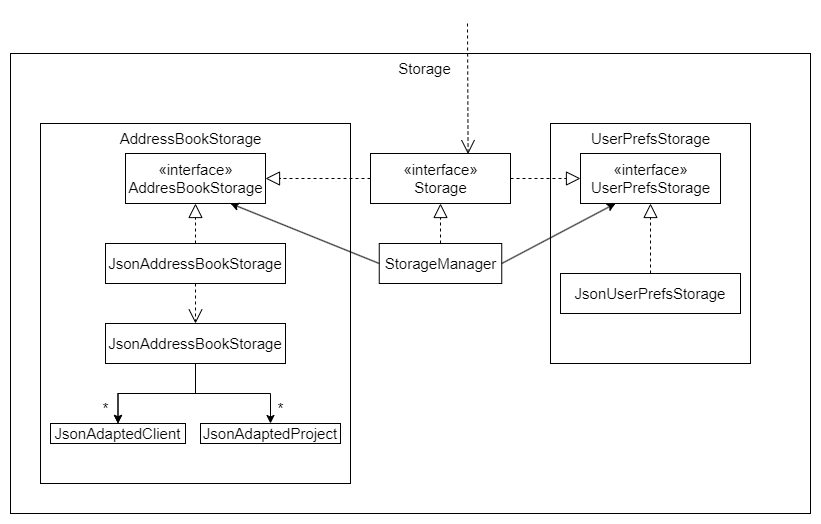
nus-cs2103-AY2223S2/tp keeps this draw.io diagram as docs/images/storage/StorageClassDiagram.png. Above is the earlier version. Source tidied: cells renumbered, new cells last; positions are measured from the earlier drawing's top-left corner, leaving out a move shared by most shapes. Its diagram source:
```xml
<mxGraphModel background="#ffffff">
  <root>
    <mxCell id="0" />
    <mxCell id="1" parent="0" />
    <mxCell id="2" style="rounded=0;whiteSpace=wrap;html=1;fillColor=none;" parent="1" vertex="1">
      <mxGeometry y="30" width="800" height="460" as="geometry" />
    </mxCell>
    <mxCell id="3" style="rounded=0;whiteSpace=wrap;html=1;fillColor=none;" parent="1" vertex="1">
      <mxGeometry x="30" y="100" width="310" height="360" as="geometry" />
    </mxCell>
    <mxCell id="4" style="rounded=0;whiteSpace=wrap;html=1;fillColor=none;" parent="1" vertex="1">
      <mxGeometry x="540" y="100" width="200" height="240" as="geometry" />
    </mxCell>
    <mxCell id="5" value="&lt;font style=&quot;font-size: 15px;&quot;&gt;Storage&lt;/font&gt;" style="text;html=1;align=center;verticalAlign=middle;strokeColor=none;fillColor=none;" parent="1" vertex="1">
      <mxGeometry x="374" y="30" width="80" height="30" as="geometry" />
    </mxCell>
    <mxCell id="6" value="AddressBookStorage" style="text;html=1;align=center;verticalAlign=middle;strokeColor=none;fillColor=none;fontSize=15;" parent="1" vertex="1">
      <mxGeometry x="95" y="100" width="170" height="30" as="geometry" />
    </mxCell>
    <mxCell id="7" value="UserPrefsStorage" style="text;html=1;align=center;verticalAlign=middle;strokeColor=none;fillColor=none;fontSize=15;" parent="1" vertex="1">
      <mxGeometry x="570" y="100" width="140" height="30" as="geometry" />
    </mxCell>
    <mxCell id="8" value="«interface»&lt;br&gt;AddresBookStorage" style="html=1;fontSize=15;fillColor=none;" parent="1" vertex="1">
      <mxGeometry x="115" y="130" width="140" height="50" as="geometry" />
    </mxCell>
    <mxCell id="9" style="endArrow=open;endSize=12;dashed=1;html=1;rounded=0;fontSize=15;entryX=0.697;entryY=0.012;entryDx=0;entryDy=0;entryPerimeter=0;" parent="1" edge="1" target="10">
      <mxGeometry x="-0.38" y="40" relative="1" as="geometry">
        <mxPoint x="457" as="sourcePoint" />
      </mxGeometry>
    </mxCell>
    <mxCell id="10" value="«interface»&lt;br&gt;Storage" style="html=1;fontSize=15;fillColor=none;" parent="1" vertex="1">
      <mxGeometry x="360" y="130" width="140" height="50" as="geometry" />
    </mxCell>
    <mxCell id="11" value="«interface»&lt;br&gt;UserPrefsStorage" style="html=1;fontSize=15;fillColor=none;" parent="1" vertex="1">
      <mxGeometry x="570" y="130" width="140" height="50" as="geometry" />
    </mxCell>
    <mxCell id="12" style="endArrow=block;dashed=1;endFill=0;endSize=12;html=1;rounded=0;fontSize=15;entryX=1;entryY=0.5;entryDx=0;entryDy=0;exitX=0;exitY=0.5;exitDx=0;exitDy=0;" parent="1" edge="1" source="10" target="8">
      <mxGeometry relative="1" as="geometry" />
    </mxCell>
    <mxCell id="13" style="endArrow=block;dashed=1;endFill=0;endSize=12;html=1;rounded=0;fontSize=15;entryX=0;entryY=0.5;entryDx=0;entryDy=0;exitX=1;exitY=0.5;exitDx=0;exitDy=0;" parent="1" edge="1" source="10" target="11">
      <mxGeometry relative="1" as="geometry" />
    </mxCell>
    <mxCell id="14" value="StorageManager" style="html=1;fontSize=15;fillColor=none;" parent="1" vertex="1">
      <mxGeometry x="368.8" y="220" width="122.5" height="40" as="geometry" />
    </mxCell>
    <mxCell id="15" style="endArrow=block;dashed=1;endFill=0;endSize=12;html=1;rounded=0;fontSize=15;entryX=0.5;entryY=1;entryDx=0;entryDy=0;exitX=0.5;exitY=0;exitDx=0;exitDy=0;" parent="1" edge="1" source="14" target="10">
      <mxGeometry relative="1" as="geometry" />
    </mxCell>
    <mxCell id="16" style="endArrow=classic;html=1;rounded=0;fontSize=15;entryX=0.75;entryY=1;entryDx=0;entryDy=0;exitX=0;exitY=0.5;exitDx=0;exitDy=0;" parent="1" edge="1" source="14" target="8">
      <mxGeometry relative="1" as="geometry" />
    </mxCell>
    <mxCell id="17" style="endArrow=classic;html=1;rounded=0;fontSize=15;entryX=0.25;entryY=1;entryDx=0;entryDy=0;exitX=1;exitY=0.5;exitDx=0;exitDy=0;" parent="1" edge="1" source="14" target="11">
      <mxGeometry relative="1" as="geometry" />
    </mxCell>
    <mxCell id="18" value="JsonUserPrefsStorage" style="rounded=0;whiteSpace=wrap;html=1;fontSize=15;fillColor=none;" parent="1" vertex="1">
      <mxGeometry x="550" y="250" width="180" height="40" as="geometry" />
    </mxCell>
    <mxCell id="19" style="endArrow=block;dashed=1;endFill=0;endSize=12;html=1;rounded=0;fontSize=15;entryX=0.5;entryY=1;entryDx=0;entryDy=0;exitX=0.5;exitY=0;exitDx=0;exitDy=0;" parent="1" edge="1" source="18" target="11">
      <mxGeometry relative="1" as="geometry" />
    </mxCell>
    <mxCell id="20" value="JsonAddressBookStorage" style="rounded=0;whiteSpace=wrap;html=1;fontSize=15;fillColor=none;" parent="1" vertex="1">
      <mxGeometry x="95" y="220" width="180" height="40" as="geometry" />
    </mxCell>
    <mxCell id="21" style="endArrow=block;dashed=1;endFill=0;endSize=12;html=1;rounded=0;fontSize=15;entryX=0.5;entryY=1;entryDx=0;entryDy=0;exitX=0.5;exitY=0;exitDx=0;exitDy=0;" parent="1" edge="1" source="20" target="8">
      <mxGeometry relative="1" as="geometry" />
    </mxCell>
    <mxCell id="22" style="edgeStyle=orthogonalEdgeStyle;rounded=0;jettySize=auto;html=1;fontSize=15;" parent="1" edge="1" source="25" target="28">
      <mxGeometry relative="1" as="geometry" />
    </mxCell>
    <mxCell id="23" style="edgeStyle=orthogonalEdgeStyle;rounded=0;jettySize=auto;html=1;fontSize=15;" parent="1" edge="1" source="25" target="28">
      <mxGeometry relative="1" as="geometry" />
    </mxCell>
    <mxCell id="24" style="edgeStyle=orthogonalEdgeStyle;rounded=0;jettySize=auto;html=1;entryX=0.5;entryY=0;entryDx=0;entryDy=0;fontSize=15;" parent="1" edge="1" source="25" target="27">
      <mxGeometry relative="1" as="geometry" />
    </mxCell>
    <mxCell id="25" value="JsonAddressBookStorage" style="rounded=0;whiteSpace=wrap;html=1;fontSize=15;fillColor=none;" parent="1" vertex="1">
      <mxGeometry x="95" y="300" width="180" height="40" as="geometry" />
    </mxCell>
    <mxCell id="26" style="endArrow=open;endSize=12;dashed=1;html=1;rounded=0;fontSize=15;exitX=0.5;exitY=1;exitDx=0;exitDy=0;entryX=0.5;entryY=0;entryDx=0;entryDy=0;" parent="1" edge="1" source="20" target="25">
      <mxGeometry x="-0.2" y="30" relative="1" as="geometry" />
    </mxCell>
    <mxCell id="27" value="JsonAdaptedProject" style="rounded=0;whiteSpace=wrap;html=1;fontSize=15;fillColor=none;" parent="1" vertex="1">
      <mxGeometry x="190" y="400" width="140" height="20" as="geometry" />
    </mxCell>
    <mxCell id="28" value="JsonAdaptedClient" style="rounded=0;whiteSpace=wrap;html=1;fontSize=15;fillColor=none;" parent="1" vertex="1">
      <mxGeometry x="40" y="400" width="135" height="20" as="geometry" />
    </mxCell>
    <mxCell id="29" value="*" style="text;html=1;align=center;verticalAlign=middle;strokeColor=none;fillColor=none;fontSize=15;" parent="1" vertex="1">
      <mxGeometry x="80" y="370" width="30" height="30" as="geometry" />
    </mxCell>
    <mxCell id="30" value="*" style="text;html=1;align=center;verticalAlign=middle;strokeColor=none;fillColor=none;fontSize=15;" parent="1" vertex="1">
      <mxGeometry x="255" y="370" width="30" height="30" as="geometry" />
    </mxCell>
  </root>
</mxGraphModel>
```
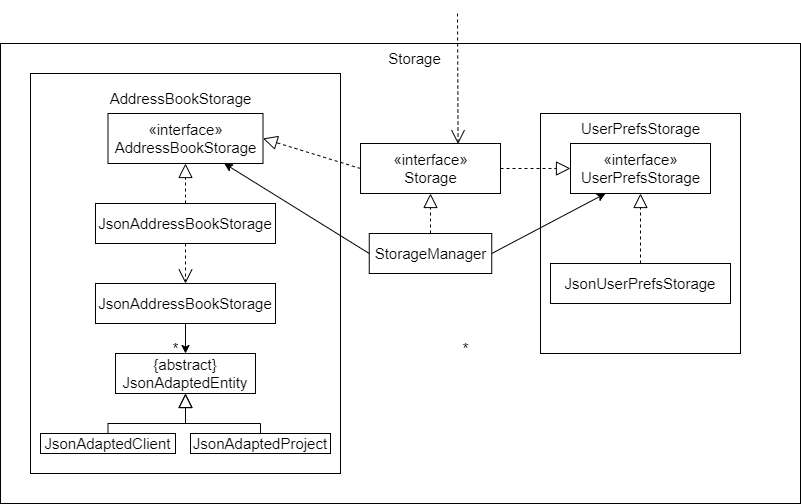
The same file after the commit.

Change to the diagram source:
```diff
@@ -6,7 +6,7 @@
       <mxGeometry y="30" width="800" height="460" as="geometry" />
     </mxCell>
     <mxCell id="3" style="rounded=0;whiteSpace=wrap;html=1;fillColor=none;" parent="1" vertex="1">
-      <mxGeometry x="30" y="100" width="310" height="360" as="geometry" />
+      <mxGeometry x="30" y="60" width="310" height="400" as="geometry" />
     </mxCell>
     <mxCell id="4" style="rounded=0;whiteSpace=wrap;html=1;fillColor=none;" parent="1" vertex="1">
       <mxGeometry x="540" y="100" width="200" height="240" as="geometry" />
@@ -15,13 +15,13 @@
       <mxGeometry x="374" y="30" width="80" height="30" as="geometry" />
     </mxCell>
     <mxCell id="6" value="AddressBookStorage" style="text;html=1;align=center;verticalAlign=middle;strokeColor=none;fillColor=none;fontSize=15;" parent="1" vertex="1">
-      <mxGeometry x="95" y="100" width="170" height="30" as="geometry" />
+      <mxGeometry x="95" y="70" width="170" height="30" as="geometry" />
     </mxCell>
     <mxCell id="7" value="UserPrefsStorage" style="text;html=1;align=center;verticalAlign=middle;strokeColor=none;fillColor=none;fontSize=15;" parent="1" vertex="1">
       <mxGeometry x="570" y="100" width="140" height="30" as="geometry" />
     </mxCell>
-    <mxCell id="8" value="«interface»&lt;br&gt;AddresBookStorage" style="html=1;fontSize=15;fillColor=none;" parent="1" vertex="1">
-      <mxGeometry x="115" y="130" width="140" height="50" as="geometry" />
+    <mxCell id="8" value="«interface»&lt;br&gt;AddressBookStorage" style="html=1;fontSize=15;fillColor=none;" parent="1" vertex="1">
+      <mxGeometry x="107.5" y="100" width="155" height="50" as="geometry" />
     </mxCell>
     <mxCell id="9" style="endArrow=open;endSize=12;dashed=1;html=1;rounded=0;fontSize=15;entryX=0.697;entryY=0.012;entryDx=0;entryDy=0;entryPerimeter=0;" parent="1" edge="1" target="10">
       <mxGeometry x="-0.38" y="40" relative="1" as="geometry">
@@ -59,37 +59,50 @@
       <mxGeometry relative="1" as="geometry" />
     </mxCell>
     <mxCell id="20" value="JsonAddressBookStorage" style="rounded=0;whiteSpace=wrap;html=1;fontSize=15;fillColor=none;" parent="1" vertex="1">
-      <mxGeometry x="95" y="220" width="180" height="40" as="geometry" />
+      <mxGeometry x="95" y="190" width="180" height="40" as="geometry" />
     </mxCell>
     <mxCell id="21" style="endArrow=block;dashed=1;endFill=0;endSize=12;html=1;rounded=0;fontSize=15;entryX=0.5;entryY=1;entryDx=0;entryDy=0;exitX=0.5;exitY=0;exitDx=0;exitDy=0;" parent="1" edge="1" source="20" target="8">
       <mxGeometry relative="1" as="geometry" />
     </mxCell>
-    <mxCell id="22" style="edgeStyle=orthogonalEdgeStyle;rounded=0;jettySize=auto;html=1;fontSize=15;" parent="1" edge="1" source="25" target="28">
-      <mxGeometry relative="1" as="geometry" />
-    </mxCell>
-    <mxCell id="23" style="edgeStyle=orthogonalEdgeStyle;rounded=0;jettySize=auto;html=1;fontSize=15;" parent="1" edge="1" source="25" target="28">
-      <mxGeometry relative="1" as="geometry" />
-    </mxCell>
-    <mxCell id="24" style="edgeStyle=orthogonalEdgeStyle;rounded=0;jettySize=auto;html=1;entryX=0.5;entryY=0;entryDx=0;entryDy=0;fontSize=15;" parent="1" edge="1" source="25" target="27">
+    <mxCell id="24" style="edgeStyle=orthogonalEdgeStyle;rounded=0;jettySize=auto;html=1;entryX=0.5;entryY=0;entryDx=0;entryDy=0;fontSize=15;" parent="1" edge="1" source="25" target="33">
       <mxGeometry relative="1" as="geometry" />
     </mxCell>
     <mxCell id="25" value="JsonAddressBookStorage" style="rounded=0;whiteSpace=wrap;html=1;fontSize=15;fillColor=none;" parent="1" vertex="1">
-      <mxGeometry x="95" y="300" width="180" height="40" as="geometry" />
+      <mxGeometry x="95" y="270" width="180" height="40" as="geometry" />
     </mxCell>
     <mxCell id="26" style="endArrow=open;endSize=12;dashed=1;html=1;rounded=0;fontSize=15;exitX=0.5;exitY=1;exitDx=0;exitDy=0;entryX=0.5;entryY=0;entryDx=0;entryDy=0;" parent="1" edge="1" source="20" target="25">
       <mxGeometry x="-0.2" y="30" relative="1" as="geometry" />
     </mxCell>
+    <mxCell id="31" style="edgeStyle=orthogonalEdgeStyle;rounded=0;jettySize=auto;html=1;exitX=0.5;exitY=0;exitDx=0;exitDy=0;entryX=0.5;entryY=1;entryDx=0;entryDy=0;endArrow=block;endFill=0;endSize=12;" parent="1" edge="1" source="27" target="33">
+      <mxGeometry relative="1" as="geometry">
+        <Array as="points">
+          <mxPoint x="260" y="410" />
+          <mxPoint x="185" y="410" />
+        </Array>
+      </mxGeometry>
+    </mxCell>
     <mxCell id="27" value="JsonAdaptedProject" style="rounded=0;whiteSpace=wrap;html=1;fontSize=15;fillColor=none;" parent="1" vertex="1">
-      <mxGeometry x="190" y="400" width="140" height="20" as="geometry" />
+      <mxGeometry x="190" y="420" width="140" height="20" as="geometry" />
     </mxCell>
+    <mxCell id="32" style="edgeStyle=orthogonalEdgeStyle;rounded=0;jettySize=auto;html=1;exitX=0.5;exitY=0;exitDx=0;exitDy=0;entryX=0.5;entryY=1;entryDx=0;entryDy=0;endArrow=block;endFill=0;endSize=12;" parent="1" edge="1" source="28" target="33">
+      <mxGeometry relative="1" as="geometry">
+        <Array as="points">
+          <mxPoint x="108" y="410" />
+          <mxPoint x="185" y="410" />
+        </Array>
+      </mxGeometry>
+    </mxCell>
     <mxCell id="28" value="JsonAdaptedClient" style="rounded=0;whiteSpace=wrap;html=1;fontSize=15;fillColor=none;" parent="1" vertex="1">
-      <mxGeometry x="40" y="400" width="135" height="20" as="geometry" />
+      <mxGeometry x="40" y="420" width="135" height="20" as="geometry" />
     </mxCell>
     <mxCell id="29" value="*" style="text;html=1;align=center;verticalAlign=middle;strokeColor=none;fillColor=none;fontSize=15;" parent="1" vertex="1">
-      <mxGeometry x="80" y="370" width="30" height="30" as="geometry" />
+      <mxGeometry x="160" y="320" width="30" height="30" as="geometry" />
     </mxCell>
     <mxCell id="30" value="*" style="text;html=1;align=center;verticalAlign=middle;strokeColor=none;fillColor=none;fontSize=15;" parent="1" vertex="1">
-      <mxGeometry x="255" y="370" width="30" height="30" as="geometry" />
+      <mxGeometry x="450" y="320" width="30" height="30" as="geometry" />
     </mxCell>
+    <mxCell id="33" value="{abstract}&lt;br&gt;JsonAdaptedEntity" style="rounded=0;whiteSpace=wrap;html=1;fontSize=15;fillColor=none;" parent="1" vertex="1">
+      <mxGeometry x="115" y="340" width="140" height="40" as="geometry" />
+    </mxCell>
   </root>
 </mxGraphModel>
```
